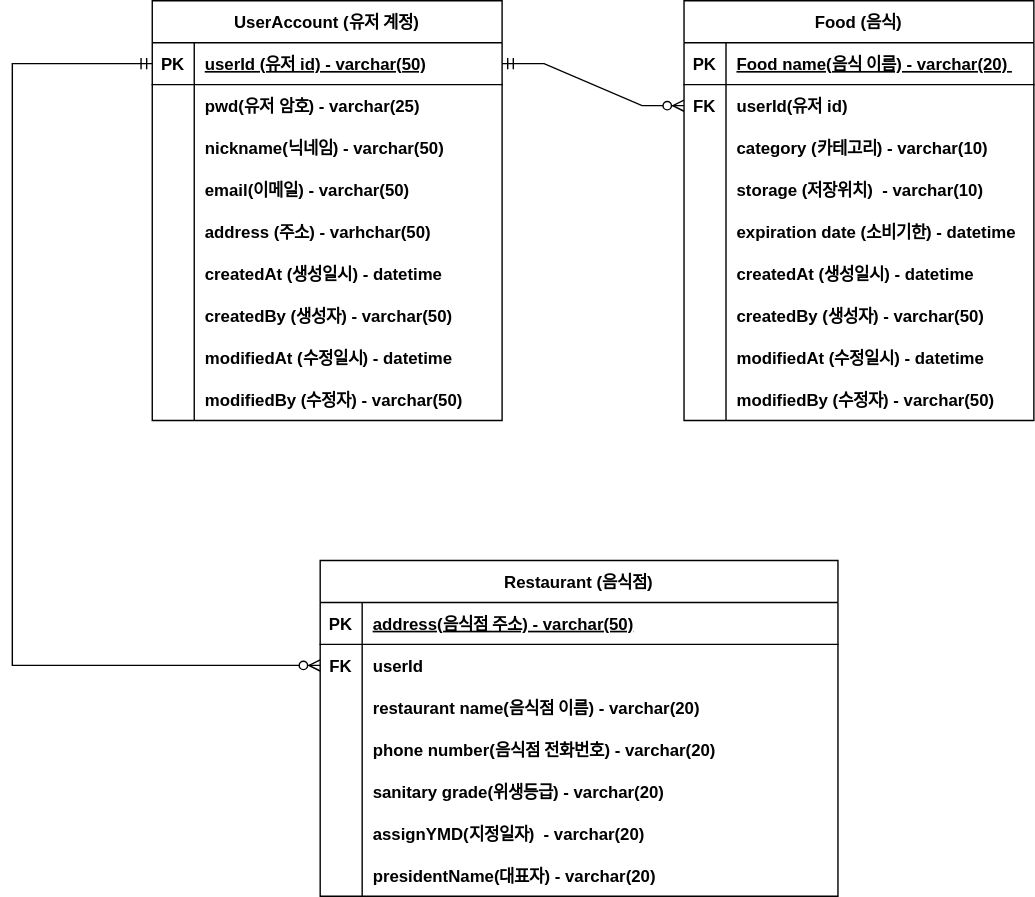
This is cleanplate/document/clean-plate-erd.svg from whwlsgkr7/Clean-Plate, a draw.io export, as it was before one commit. Source tidied: cells renumbered, new cells last; positions are measured from the earlier drawing's top-left corner, leaving out a move shared by most shapes.
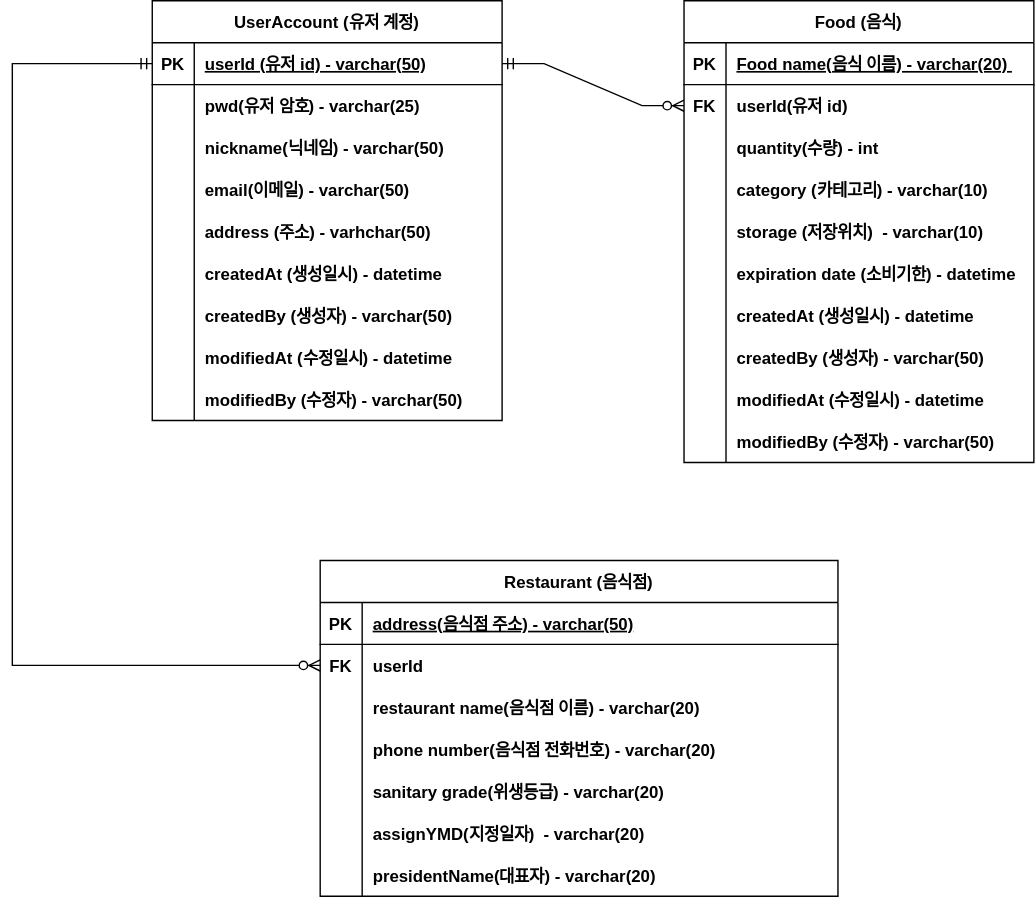
Above is the later version.

Commit message:
Food 도메인에 수량 필드 추가

The edit, as a diff of the source:
```diff
@@ -3,7 +3,7 @@
     <mxCell id="0" />
     <mxCell id="1" parent="0" />
     <mxCell id="2" value="Food (음식)" style="shape=table;startSize=30;rowLines=0;fontStyle=1;align=center;" parent="1" vertex="1">
-      <mxGeometry x="480" width="250" height="300" as="geometry" />
+      <mxGeometry x="480" width="250" height="330" as="geometry" />
     </mxCell>
     <mxCell id="3" style="shape=partialRectangle;fillColor=none;top=0;left=0;right=0;bottom=1;" parent="2" vertex="1">
       <mxGeometry y="30" width="250" height="30" as="geometry" />
@@ -23,8 +23,17 @@
     <mxCell id="8" value="userId(유저 id)" style="shape=partialRectangle;overflow=hidden;fillColor=none;top=0;left=0;bottom=0;right=0;align=left;spacingLeft=6;fontStyle=1;" parent="6" vertex="1">
       <mxGeometry x="30" width="220" height="30" as="geometry" />
     </mxCell>
+    <mxCell id="82" style="shape=partialRectangle;fillColor=none;top=0;left=0;right=0;bottom=0;" parent="2" vertex="1">
+      <mxGeometry y="90" width="250" height="30" as="geometry" />
+    </mxCell>
+    <mxCell id="83" style="shape=partialRectangle;overflow=hidden;fillColor=none;top=0;left=0;bottom=0;right=0;fontStyle=1;" parent="82" vertex="1">
+      <mxGeometry width="30" height="30" as="geometry" />
+    </mxCell>
+    <mxCell id="84" value="quantity(수량) - int" style="shape=partialRectangle;overflow=hidden;fillColor=none;top=0;left=0;bottom=0;right=0;align=left;spacingLeft=6;fontStyle=1;" parent="82" vertex="1">
+      <mxGeometry x="30" width="220" height="30" as="geometry" />
+    </mxCell>
     <mxCell id="9" style="shape=partialRectangle;fillColor=none;top=0;left=0;right=0;bottom=0;" parent="2" vertex="1">
-      <mxGeometry y="90" width="250" height="30" as="geometry" />
+      <mxGeometry y="120" width="250" height="30" as="geometry" />
     </mxCell>
     <mxCell id="10" style="shape=partialRectangle;overflow=hidden;fillColor=none;top=0;left=0;bottom=0;right=0;" parent="9" vertex="1">
       <mxGeometry width="30" height="30" as="geometry" />
@@ -33,7 +42,7 @@
       <mxGeometry x="30" width="220" height="30" as="geometry" />
     </mxCell>
     <mxCell id="12" style="shape=partialRectangle;fillColor=none;top=0;left=0;right=0;bottom=0;" parent="2" vertex="1">
-      <mxGeometry y="120" width="250" height="30" as="geometry" />
+      <mxGeometry y="150" width="250" height="30" as="geometry" />
     </mxCell>
     <mxCell id="13" style="shape=partialRectangle;overflow=hidden;fillColor=none;top=0;left=0;bottom=0;right=0;" parent="12" vertex="1">
       <mxGeometry width="30" height="30" as="geometry" />
@@ -42,7 +51,7 @@
       <mxGeometry x="30" width="220" height="30" as="geometry" />
     </mxCell>
     <mxCell id="15" style="shape=partialRectangle;fillColor=none;top=0;left=0;right=0;bottom=0;" parent="2" vertex="1">
-      <mxGeometry y="150" width="250" height="30" as="geometry" />
+      <mxGeometry y="180" width="250" height="30" as="geometry" />
     </mxCell>
     <mxCell id="16" style="shape=partialRectangle;overflow=hidden;fillColor=none;top=0;left=0;bottom=0;right=0;" parent="15" vertex="1">
       <mxGeometry width="30" height="30" as="geometry" />
@@ -51,7 +60,7 @@
       <mxGeometry x="30" width="220" height="30" as="geometry" />
     </mxCell>
     <mxCell id="18" style="shape=partialRectangle;fillColor=none;top=0;left=0;right=0;bottom=0;" parent="2" vertex="1">
-      <mxGeometry y="180" width="250" height="30" as="geometry" />
+      <mxGeometry y="210" width="250" height="30" as="geometry" />
     </mxCell>
     <mxCell id="19" style="shape=partialRectangle;overflow=hidden;fillColor=none;top=0;left=0;bottom=0;right=0;" parent="18" vertex="1">
       <mxGeometry width="30" height="30" as="geometry" />
@@ -60,7 +69,7 @@
       <mxGeometry x="30" width="220" height="30" as="geometry" />
     </mxCell>
     <mxCell id="21" style="shape=partialRectangle;fillColor=none;top=0;left=0;right=0;bottom=0;" parent="2" vertex="1">
-      <mxGeometry y="210" width="250" height="30" as="geometry" />
+      <mxGeometry y="240" width="250" height="30" as="geometry" />
     </mxCell>
     <mxCell id="22" style="shape=partialRectangle;overflow=hidden;fillColor=none;top=0;left=0;bottom=0;right=0;" parent="21" vertex="1">
       <mxGeometry width="30" height="30" as="geometry" />
@@ -69,7 +78,7 @@
       <mxGeometry x="30" width="220" height="30" as="geometry" />
     </mxCell>
     <mxCell id="24" style="shape=partialRectangle;fillColor=none;top=0;left=0;right=0;bottom=0;" parent="2" vertex="1">
-      <mxGeometry y="240" width="250" height="30" as="geometry" />
+      <mxGeometry y="270" width="250" height="30" as="geometry" />
     </mxCell>
     <mxCell id="25" style="shape=partialRectangle;overflow=hidden;fillColor=none;top=0;left=0;bottom=0;right=0;" parent="24" vertex="1">
       <mxGeometry width="30" height="30" as="geometry" />
@@ -78,7 +87,7 @@
       <mxGeometry x="30" width="220" height="30" as="geometry" />
     </mxCell>
     <mxCell id="27" style="shape=partialRectangle;fillColor=none;top=0;left=0;right=0;bottom=0;" parent="2" vertex="1">
-      <mxGeometry y="270" width="250" height="30" as="geometry" />
+      <mxGeometry y="300" width="250" height="30" as="geometry" />
     </mxCell>
     <mxCell id="28" style="shape=partialRectangle;overflow=hidden;fillColor=none;top=0;left=0;bottom=0;right=0;" parent="27" vertex="1">
       <mxGeometry width="30" height="30" as="geometry" />
```
